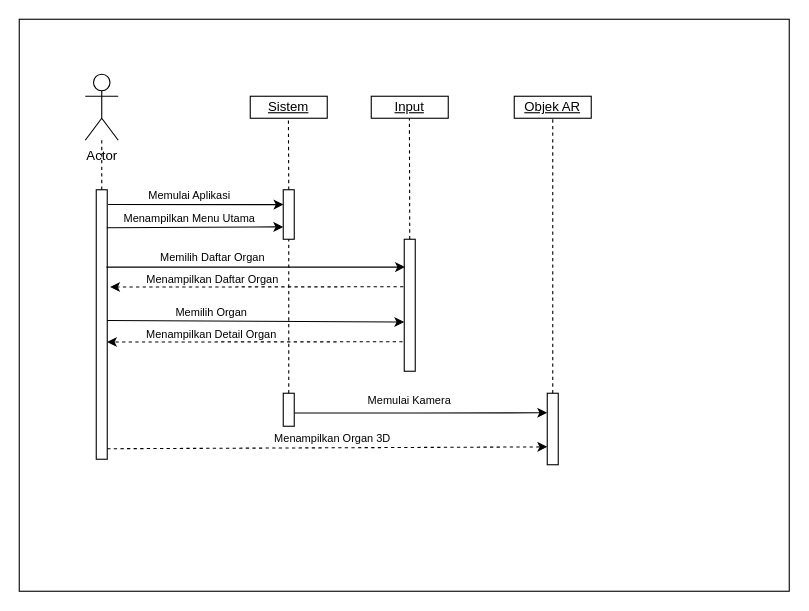
matakridha/Teori_WEB keeps this draw.io diagram as page "Page-4" (4 of 4) of Flowchart penelitian.drawio. Above is the earlier version. Source tidied: cells renumbered, new cells numbered last; positions are measured from the earlier drawing's top-left corner, leaving out a move shared by most shapes. Both pictures are drawn from the tidied source at 110%, with x=0, y=0 at pixel (19, 19).
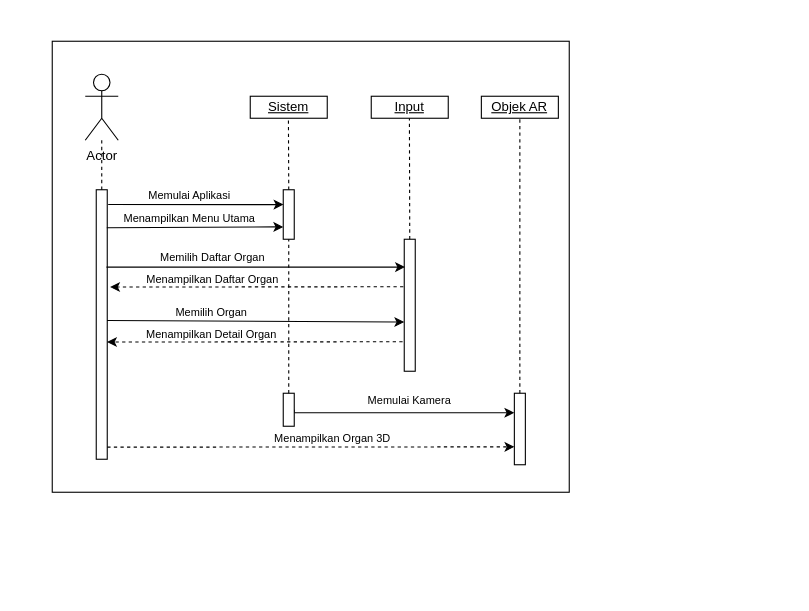
Above is the later version.

Unchanged cells that the change refers to:
```xml
<mxCell id="7" style="rounded=0;whiteSpace=wrap;html=1;" parent="1" vertex="1">
  <mxGeometry x="70" y="155" width="10" height="245" as="geometry" />
</mxCell>
<mxCell id="11" style="rounded=0;whiteSpace=wrap;html=1;" parent="1" vertex="1">
  <mxGeometry x="240" y="340" width="10" height="30" as="geometry" />
</mxCell>
```

Change to the diagram source:
```diff
@@
     <mxCell id="2" style="rounded=0;whiteSpace=wrap;html=1;" parent="1" vertex="1">
-      <mxGeometry width="700" height="520" as="geometry" />
+      <mxGeometry x="30" y="20" width="470" height="410" as="geometry" />
     </mxCell>
@@
     <mxCell id="6" value="&lt;u&gt;Objek AR&lt;/u&gt;" style="rounded=0;whiteSpace=wrap;html=1;" parent="1" vertex="1">
-      <mxGeometry x="450" y="70" width="70" height="20" as="geometry" />
+      <mxGeometry x="420.1" y="70" width="70" height="20" as="geometry" />
     </mxCell>
@@
-    <mxCell id="10" style="edgeStyle=orthogonalEdgeStyle;rounded=0;jettySize=auto;html=1;entryX=-0.006;entryY=0.273;entryDx=0;entryDy=0;fontSize=10;entryPerimeter=0;" parent="1" edge="1" source="11" target="12">
+    <mxCell id="10" style="edgeStyle=orthogonalEdgeStyle;rounded=0;jettySize=auto;html=1;entryX=-0.006;entryY=0.273;entryDx=0;entryDy=0;fontSize=10;entryPerimeter=0;exitX=1;exitY=0.5;exitDx=0;exitDy=0;" parent="1" edge="1" source="11" target="12">
       <mxGeometry relative="1" as="geometry">
         <Array as="points">
-          <mxPoint x="365" y="358" />
-          <mxPoint x="480" y="358" />
+          <mxPoint x="250" y="358" />
         </Array>
       </mxGeometry>
     </mxCell>
@@
     <mxCell id="12" style="rounded=0;whiteSpace=wrap;html=1;" parent="1" vertex="1">
-      <mxGeometry x="480" y="340" width="10" height="65" as="geometry" />
+      <mxGeometry x="450.1" y="340" width="10" height="65" as="geometry" />
     </mxCell>
@@
-    <mxCell id="28" style="endArrow=classic;html=1;rounded=0;fontSize=10;exitX=0.994;exitY=0.961;exitDx=0;exitDy=0;exitPerimeter=0;entryX=0;entryY=0.75;entryDx=0;entryDy=0;dashed=1;" parent="1" edge="1" source="7" target="12">
-      <mxGeometry relative="1" as="geometry" />
+    <mxCell id="28" style="endArrow=classic;html=1;rounded=0;fontSize=10;entryX=0;entryY=0.75;entryDx=0;entryDy=0;dashed=1;" parent="1" edge="1" target="12">
+      <mxGeometry relative="1" as="geometry">
+        <mxPoint x="80" y="389" as="sourcePoint" />
+      </mxGeometry>
     </mxCell>
```
